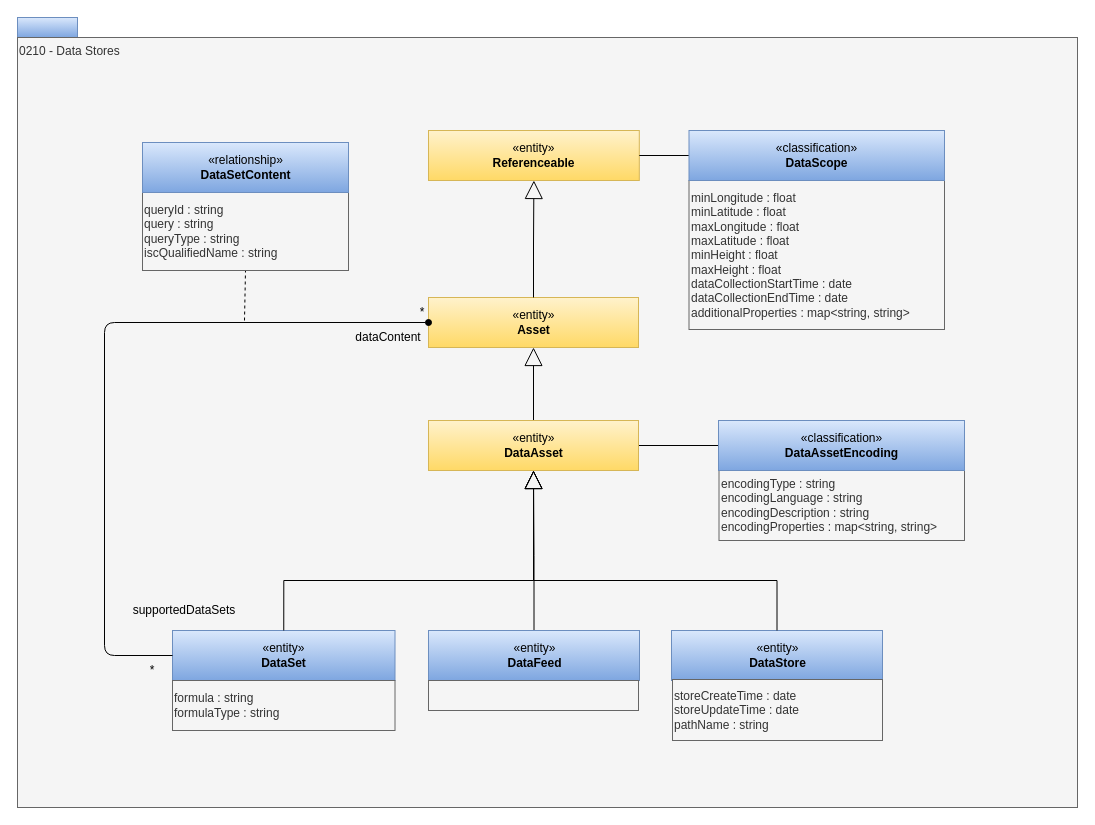
This is page "0210-Data-Stores" (4 of 24) of site/docs/types/2/area-2-assets.drawio from odpi/egeria-docs, a draw.io file, before an edit. Source tidied: cells renumbered, new cells numbered last; positions are measured from the earlier drawing's top-left corner, leaving out a move shared by most shapes. Both pictures are drawn from the tidied source at 100%, with x=0, y=0 at pixel (17, 17).
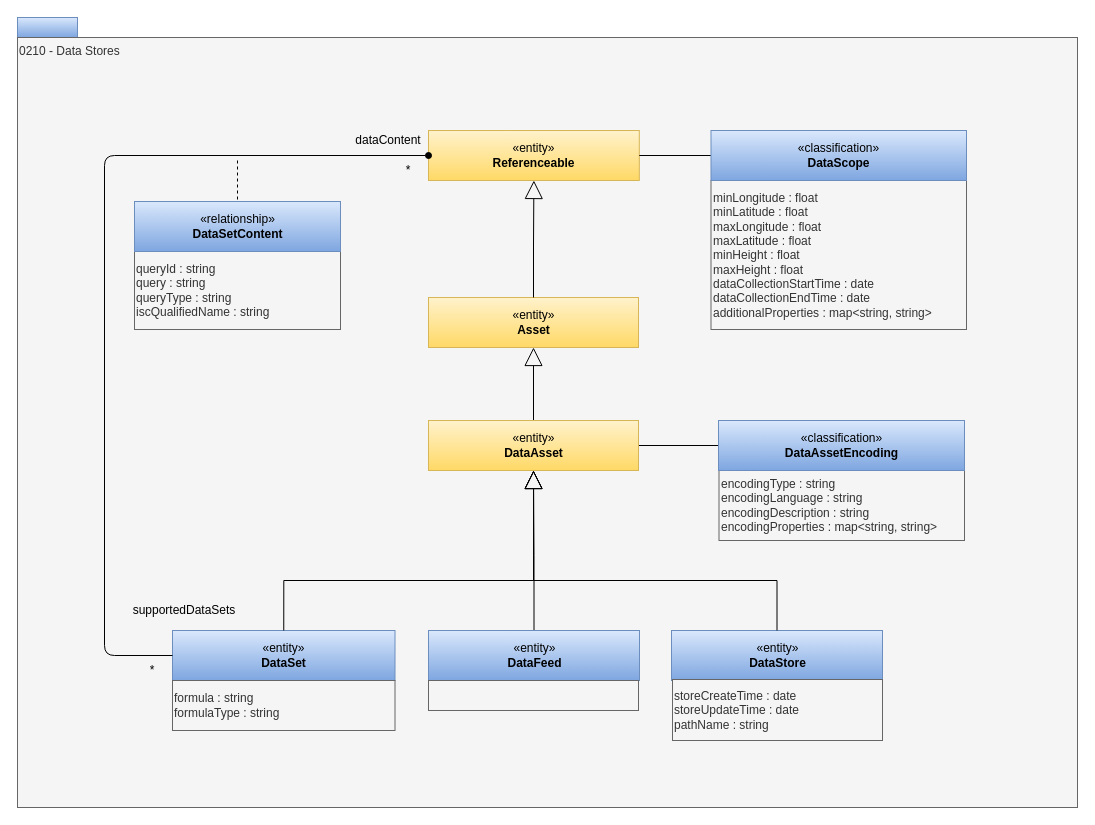
The same diagram, later.

Unchanged cells that the change refers to:
```xml
<mxCell id="7" value="«entity»&lt;br&gt;&lt;b&gt;Asset&lt;/b&gt;" style="html=1;strokeColor=#d6b656;align=center;fillColor=#fff2cc;gradientColor=#ffd966;" parent="1" vertex="1">
  <mxGeometry x="411" y="280" width="210" height="50" as="geometry" />
</mxCell>
<mxCell id="18" value="«entity»&lt;br&gt;&lt;b&gt;Referenceable&lt;/b&gt;" style="html=1;strokeColor=#d6b656;align=center;fillColor=#fff2cc;gradientColor=#ffd966;" parent="1" vertex="1">
  <mxGeometry x="411" y="113" width="210.8" height="50" as="geometry" />
</mxCell>
<mxCell id="23" value="«entity»&lt;br&gt;&lt;b&gt;DataSet&lt;/b&gt;" style="html=1;strokeColor=#6c8ebf;align=center;fillColor=#dae8fc;gradientColor=#7ea6e0;" parent="1" vertex="1">
  <mxGeometry x="155" y="613" width="222.5" height="50" as="geometry" />
</mxCell>
```

Diff of the diagram source:
```diff
@@
     <mxCell id="8" value="*" style="text;html=1;strokeColor=none;fillColor=none;align=center;verticalAlign=middle;whiteSpace=wrap;rounded=0;" parent="1" vertex="1">
-      <mxGeometry x="384.5" y="285" width="40" height="20" as="geometry" />
+      <mxGeometry x="371" y="143" width="40" height="20" as="geometry" />
     </mxCell>
     <mxCell id="9" value="dataContent" style="text;html=1;strokeColor=none;fillColor=none;align=center;verticalAlign=middle;whiteSpace=wrap;rounded=0;" parent="1" vertex="1">
-      <mxGeometry x="331" y="310" width="80" height="20" as="geometry" />
+      <mxGeometry x="331" y="113" width="80" height="20" as="geometry" />
     </mxCell>
@@
-    <mxCell id="12" style="endArrow=none;dashed=1;html=1;entryX=0.5;entryY=1;entryDx=0;entryDy=0;" parent="1" edge="1" target="13">
+    <mxCell id="12" style="endArrow=none;dashed=1;html=1;entryX=0.5;entryY=0;entryDx=0;entryDy=0;" parent="1" edge="1" target="14">
       <mxGeometry relative="1" as="geometry">
-        <mxPoint x="227" y="303" as="sourcePoint" />
+        <mxPoint x="220" y="143" as="sourcePoint" />
       </mxGeometry>
     </mxCell>
     <mxCell id="13" value="queryId : string&lt;br&gt;query : string&lt;div&gt;queryType : string&lt;/div&gt;&lt;div&gt;iscQualifiedName : string&lt;/div&gt;" style="rounded=0;whiteSpace=wrap;html=1;strokeColor=#666666;align=left;fillColor=#f5f5f5;fontColor=#333333;" parent="1" vertex="1">
-      <mxGeometry x="125" y="175" width="206" height="78" as="geometry" />
+      <mxGeometry x="117" y="234" width="206" height="78" as="geometry" />
     </mxCell>
     <mxCell id="14" value="«relationship»&lt;br&gt;&lt;b&gt;DataSetContent&lt;/b&gt;" style="html=1;strokeColor=#6c8ebf;align=center;fillColor=#dae8fc;gradientColor=#7ea6e0;" parent="1" vertex="1">
-      <mxGeometry x="125" y="125" width="206" height="50" as="geometry" />
+      <mxGeometry x="117" y="184" width="206" height="50" as="geometry" />
     </mxCell>
@@
     <mxCell id="20" value="minLongitude : float&lt;br&gt;minLatitude : float&lt;br style=&quot;border-color: var(--border-color);&quot;&gt;maxLongitude : float&lt;br style=&quot;border-color: var(--border-color);&quot;&gt;maxLatitude : float&lt;br&gt;minHeight : float&lt;br&gt;maxHeight : float&lt;br&gt;dataCollectionStartTime : date&lt;br&gt;dataCollectionEndTime : date&lt;br&gt;additionalProperties : map&amp;lt;string, string&amp;gt;" style="rounded=0;whiteSpace=wrap;html=1;strokeColor=#666666;align=left;fillColor=#f5f5f5;fontColor=#333333;" parent="1" vertex="1">
-      <mxGeometry x="671.5" y="163" width="255.5" height="149" as="geometry" />
+      <mxGeometry x="693.5" y="163" width="255.5" height="149" as="geometry" />
     </mxCell>
     <mxCell id="21" value="«classification»&lt;br&gt;&lt;b&gt;DataScope&lt;/b&gt;" style="html=1;strokeColor=#6c8ebf;align=center;fillColor=#dae8fc;gradientColor=#7ea6e0;" parent="1" vertex="1">
-      <mxGeometry x="671.5" y="113" width="255.5" height="50" as="geometry" />
+      <mxGeometry x="693.5" y="113" width="255.5" height="50" as="geometry" />
     </mxCell>
@@
-    <mxCell id="31" style="endArrow=oval;html=1;entryX=0;entryY=0.5;startArrow=none;startFill=0;exitX=0;exitY=0.5;exitDx=0;exitDy=0;endFill=1;" parent="1" edge="1" source="23" target="7">
+    <mxCell id="31" style="endArrow=oval;html=1;entryX=0;entryY=0.5;startArrow=none;startFill=0;exitX=0;exitY=0.5;exitDx=0;exitDy=0;endFill=1;entryDx=0;entryDy=0;" parent="1" edge="1" source="23" target="18">
       <mxGeometry relative="1" as="geometry">
         <Array as="points">
           <mxPoint x="87" y="638" />
-          <mxPoint x="87" y="305" />
+          <mxPoint x="87" y="138" />
         </Array>
       </mxGeometry>
     </mxCell>
```
